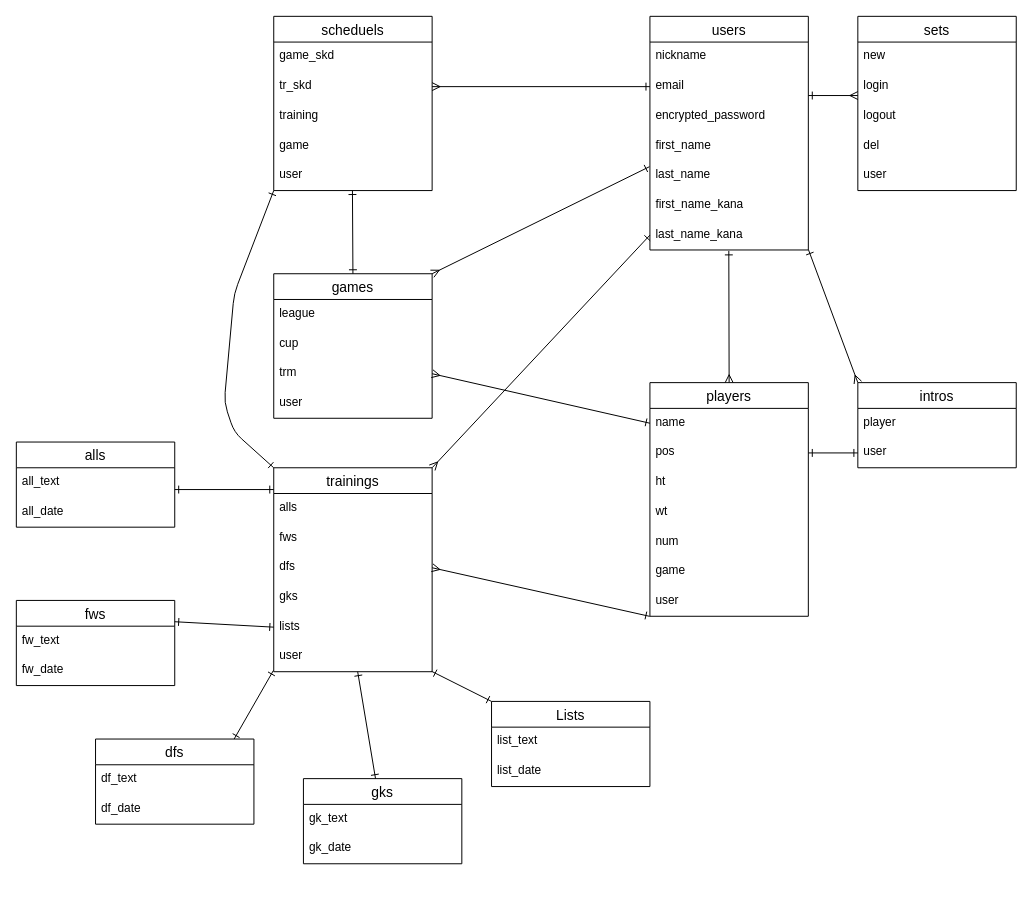
Earlier version of the draw.io diagram test.dio (120-seto/teammg). Source tidied: cells renumbered, new cells numbered last; positions are measured from the earlier drawing's top-left corner, leaving out a move shared by most shapes. Both pictures are drawn from the tidied source at 99%, with x=0, y=0 at pixel (16, 16).
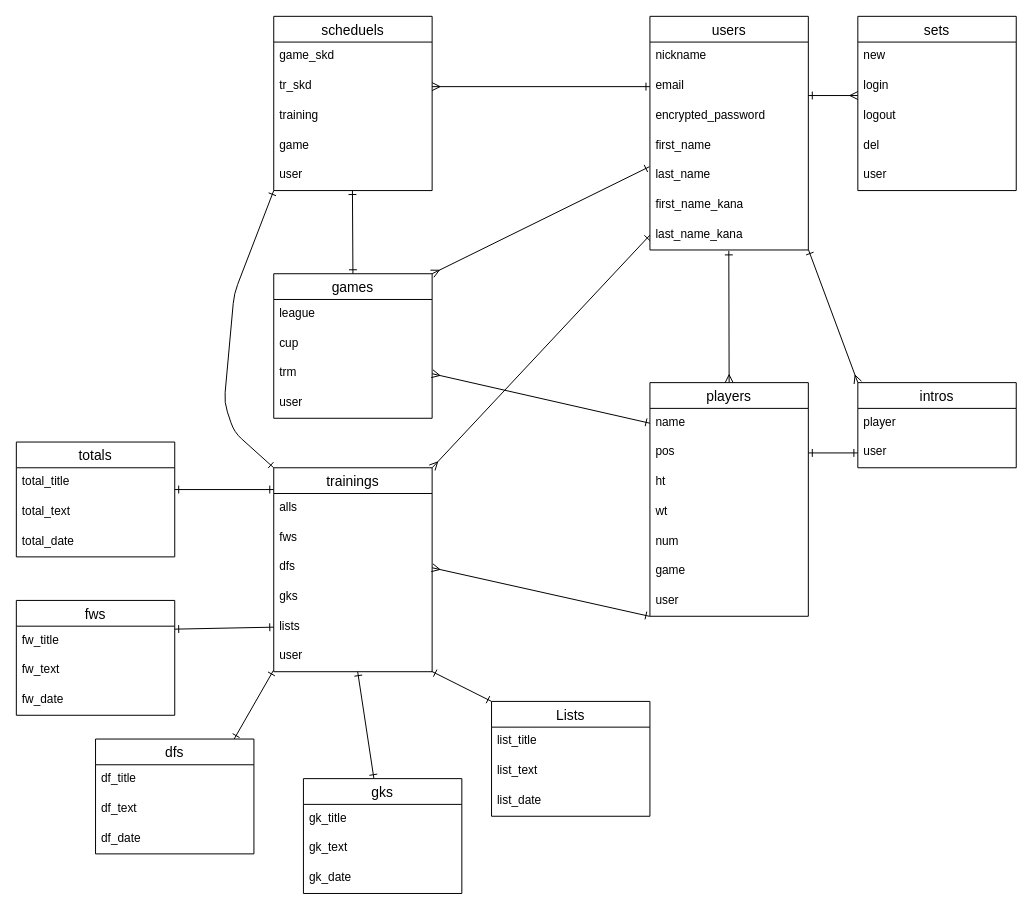
The same page after the edit.

What changed in the source:
```diff
@@
     <mxCell id="56" value="Lists" style="swimlane;fontStyle=0;horizontal=1;startSize=26;align=center;fontSize=14;" parent="1" vertex="1">
-      <mxGeometry x="480" y="692" width="160" height="86" as="geometry" />
+      <mxGeometry x="480" y="692" width="160" height="116" as="geometry" />
     </mxCell>
+    <mxCell id="76" value="list_title" style="text;strokeColor=none;fillColor=none;spacingLeft=4;spacingRight=4;overflow=hidden;fontSize=12;" parent="56" vertex="1">
+      <mxGeometry y="26" width="160" height="30" as="geometry" />
+    </mxCell>
     <mxCell id="57" value="list_text" style="text;strokeColor=none;fillColor=none;spacingLeft=4;spacingRight=4;overflow=hidden;fontSize=12;" parent="56" vertex="1">
-      <mxGeometry y="26" width="160" height="30" as="geometry" />
+      <mxGeometry y="56" width="160" height="30" as="geometry" />
     </mxCell>
     <mxCell id="58" value="list_date" style="text;strokeColor=none;fillColor=none;spacingLeft=4;spacingRight=4;overflow=hidden;fontSize=12;" parent="56" vertex="1">
-      <mxGeometry y="56" width="160" height="30" as="geometry" />
+      <mxGeometry y="86" width="160" height="30" as="geometry" />
     </mxCell>
     <mxCell id="59" value="gks" style="swimlane;fontStyle=0;horizontal=1;startSize=26;align=center;fontSize=14;" parent="1" vertex="1">
-      <mxGeometry x="290" y="770" width="160" height="86" as="geometry" />
+      <mxGeometry x="290" y="770" width="160" height="116" as="geometry" />
     </mxCell>
+    <mxCell id="77" value="gk_title" style="text;strokeColor=none;fillColor=none;spacingLeft=4;spacingRight=4;overflow=hidden;fontSize=12;" parent="59" vertex="1">
+      <mxGeometry y="26" width="160" height="30" as="geometry" />
+    </mxCell>
     <mxCell id="60" value="gk_text" style="text;strokeColor=none;fillColor=none;spacingLeft=4;spacingRight=4;overflow=hidden;fontSize=12;" parent="59" vertex="1">
-      <mxGeometry y="26" width="160" height="30" as="geometry" />
+      <mxGeometry y="56" width="160" height="30" as="geometry" />
     </mxCell>
     <mxCell id="61" value="gk_date" style="text;strokeColor=none;fillColor=none;spacingLeft=4;spacingRight=4;overflow=hidden;fontSize=12;" parent="59" vertex="1">
-      <mxGeometry y="56" width="160" height="30" as="geometry" />
+      <mxGeometry y="86" width="160" height="30" as="geometry" />
     </mxCell>
     <mxCell id="62" value="dfs" style="swimlane;fontStyle=0;horizontal=1;startSize=26;align=center;fontSize=14;" parent="1" vertex="1">
-      <mxGeometry x="80" y="730" width="160" height="86" as="geometry" />
+      <mxGeometry x="80" y="730" width="160" height="116" as="geometry" />
     </mxCell>
+    <mxCell id="78" value="df_title" style="text;strokeColor=none;fillColor=none;spacingLeft=4;spacingRight=4;overflow=hidden;fontSize=12;" parent="62" vertex="1">
+      <mxGeometry y="26" width="160" height="30" as="geometry" />
+    </mxCell>
     <mxCell id="63" value="df_text" style="text;strokeColor=none;fillColor=none;spacingLeft=4;spacingRight=4;overflow=hidden;fontSize=12;" parent="62" vertex="1">
-      <mxGeometry y="26" width="160" height="30" as="geometry" />
+      <mxGeometry y="56" width="160" height="30" as="geometry" />
     </mxCell>
     <mxCell id="64" value="df_date" style="text;strokeColor=none;fillColor=none;spacingLeft=4;spacingRight=4;overflow=hidden;fontSize=12;" parent="62" vertex="1">
-      <mxGeometry y="56" width="160" height="30" as="geometry" />
+      <mxGeometry y="86" width="160" height="30" as="geometry" />
     </mxCell>
     <mxCell id="65" value="fws" style="swimlane;fontStyle=0;horizontal=1;startSize=26;align=center;fontSize=14;" parent="1" vertex="1">
-      <mxGeometry y="590" width="160" height="86" as="geometry" />
+      <mxGeometry y="590" width="160" height="116" as="geometry" />
     </mxCell>
+    <mxCell id="79" value="fw_title" style="text;strokeColor=none;fillColor=none;spacingLeft=4;spacingRight=4;overflow=hidden;fontSize=12;" parent="65" vertex="1">
+      <mxGeometry y="26" width="160" height="30" as="geometry" />
+    </mxCell>
     <mxCell id="66" value="fw_text" style="text;strokeColor=none;fillColor=none;spacingLeft=4;spacingRight=4;overflow=hidden;fontSize=12;" parent="65" vertex="1">
-      <mxGeometry y="26" width="160" height="30" as="geometry" />
+      <mxGeometry y="56" width="160" height="30" as="geometry" />
     </mxCell>
     <mxCell id="67" value="fw_date" style="text;strokeColor=none;fillColor=none;spacingLeft=4;spacingRight=4;overflow=hidden;fontSize=12;" parent="65" vertex="1">
-      <mxGeometry y="56" width="160" height="30" as="geometry" />
+      <mxGeometry y="86" width="160" height="30" as="geometry" />
     </mxCell>
-    <mxCell id="68" value="alls" style="swimlane;fontStyle=0;horizontal=1;startSize=26;align=center;fontSize=14;" parent="1" vertex="1">
-      <mxGeometry y="430" width="160" height="86" as="geometry" />
+    <mxCell id="68" value="totals" style="swimlane;fontStyle=0;horizontal=1;startSize=26;align=center;fontSize=14;" parent="1" vertex="1">
+      <mxGeometry y="430" width="160" height="116" as="geometry" />
     </mxCell>
+    <mxCell id="80" value="total_title" style="text;strokeColor=none;fillColor=none;spacingLeft=4;spacingRight=4;overflow=hidden;fontSize=12;" parent="68" vertex="1">
+      <mxGeometry y="26" width="160" height="30" as="geometry" />
+    </mxCell>
-    <mxCell id="69" value="all_text" style="text;strokeColor=none;fillColor=none;spacingLeft=4;spacingRight=4;overflow=hidden;fontSize=12;" parent="68" vertex="1">
-      <mxGeometry y="26" width="160" height="30" as="geometry" />
+    <mxCell id="69" value="total_text" style="text;strokeColor=none;fillColor=none;spacingLeft=4;spacingRight=4;overflow=hidden;fontSize=12;" parent="68" vertex="1">
+      <mxGeometry y="56" width="160" height="30" as="geometry" />
     </mxCell>
-    <mxCell id="70" value="all_date" style="text;strokeColor=none;fillColor=none;spacingLeft=4;spacingRight=4;overflow=hidden;fontSize=12;" parent="68" vertex="1">
-      <mxGeometry y="56" width="160" height="30" as="geometry" />
+    <mxCell id="70" value="total_date" style="text;strokeColor=none;fillColor=none;spacingLeft=4;spacingRight=4;overflow=hidden;fontSize=12;" parent="68" vertex="1">
+      <mxGeometry y="86" width="160" height="30" as="geometry" />
     </mxCell>
```
